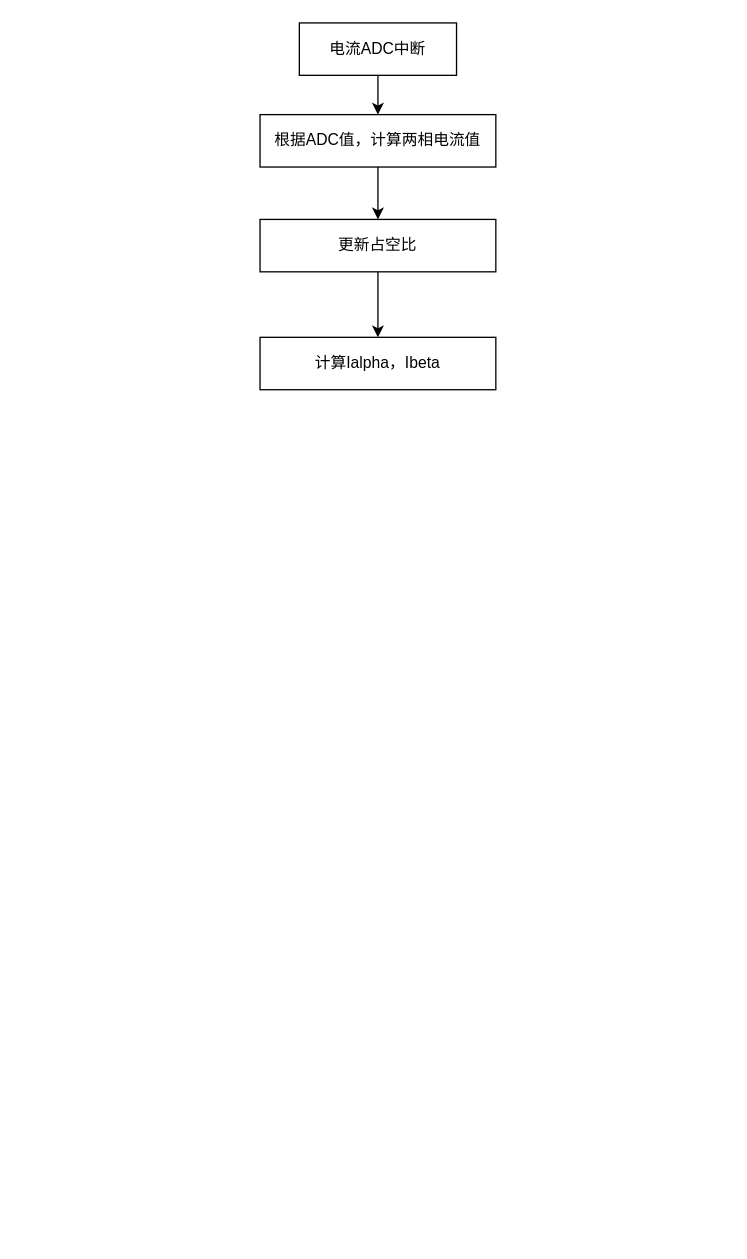
Before: 未命名绘图.drawio in lianglei001x-maker/demo, a draw.io diagram. Source tidied: cells renumbered, new cells numbered last; positions are measured from the earlier drawing's top-left corner, leaving out a move shared by most shapes. Both pictures are drawn from the tidied source at 131%, with x=0, y=0 at pixel (259, 22).
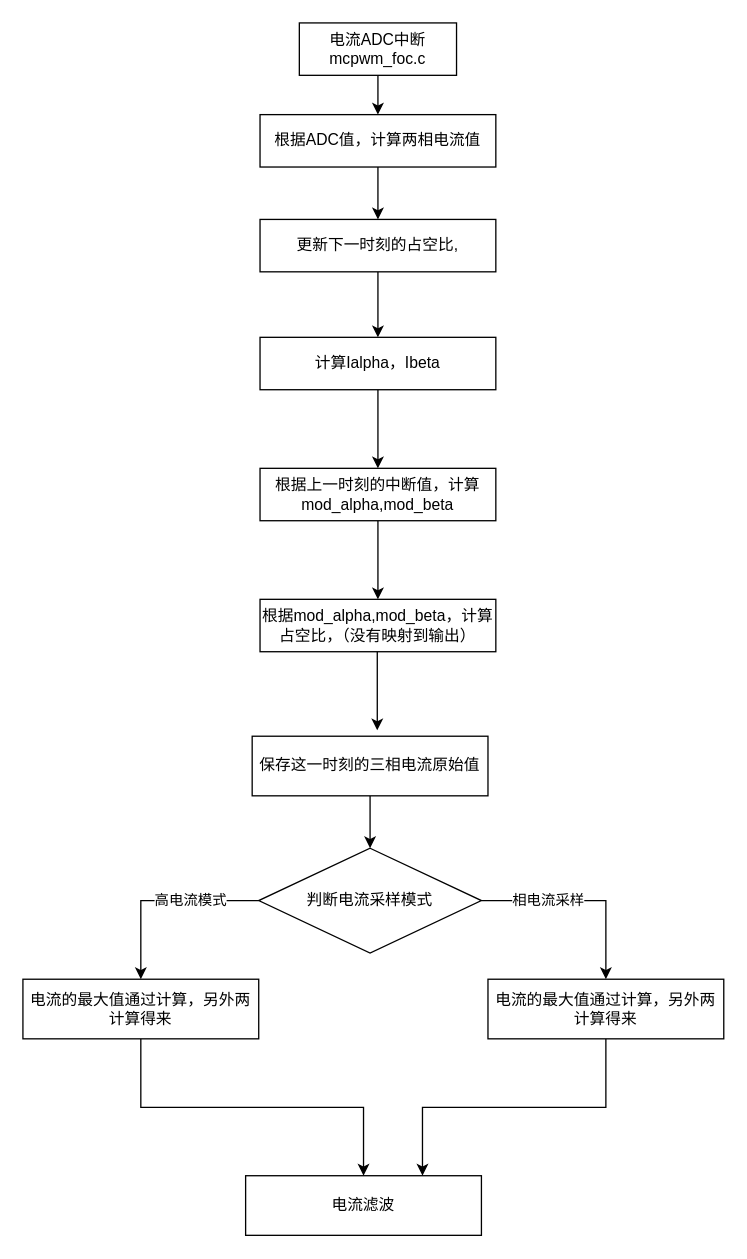
Above is the later version.

Commit message:
更新未命名绘图.drawio

Unchanged cells that the change refers to:
```xml
<mxCell id="8" value="计算Ialpha，Ibeta" style="rounded=0;whiteSpace=wrap;html=1;" parent="1" vertex="1">
  <mxGeometry y="240" width="180" height="40" as="geometry" />
</mxCell>
```

Change to the diagram source:
```diff
@@
-    <mxCell id="3" value="电流ADC中断" style="rounded=0;whiteSpace=wrap;html=1;" parent="1" vertex="1">
+    <mxCell id="3" value="电流ADC中断&lt;div&gt;mcpwm_foc.c&lt;/div&gt;" style="rounded=0;whiteSpace=wrap;html=1;" parent="1" vertex="1">
       <mxGeometry x="30" width="120" height="40" as="geometry" />
     </mxCell>
@@
-    <mxCell id="7" value="更新占空比" style="rounded=0;whiteSpace=wrap;html=1;" parent="1" vertex="1">
+    <mxCell id="7" value="更新下一时刻的占空比," style="rounded=0;whiteSpace=wrap;html=1;" parent="1" vertex="1">
       <mxGeometry y="150" width="180" height="40" as="geometry" />
     </mxCell>
+    <mxCell id="9" style="edgeStyle=orthogonalEdgeStyle;rounded=0;jettySize=auto;html=1;exitX=0.5;exitY=1;exitDx=0;exitDy=0;entryX=0.5;entryY=0;entryDx=0;entryDy=0;" parent="1" edge="1" source="8" target="11">
+      <mxGeometry relative="1" as="geometry" />
+    </mxCell>
@@
+    <mxCell id="10" style="edgeStyle=orthogonalEdgeStyle;rounded=0;jettySize=auto;html=1;exitX=0.5;exitY=1;exitDx=0;exitDy=0;" parent="1" edge="1" source="11" target="12">
+      <mxGeometry relative="1" as="geometry" />
+    </mxCell>
+    <mxCell id="11" value="根据上一时刻的中断值，计算mod_alpha,mod_beta" style="rounded=0;whiteSpace=wrap;html=1;" parent="1" vertex="1">
+      <mxGeometry y="340" width="180" height="40" as="geometry" />
+    </mxCell>
+    <mxCell id="12" value="根据mod_alpha,mod_beta，计算占空比，（没有映射到输出）" style="rounded=0;whiteSpace=wrap;html=1;" parent="1" vertex="1">
+      <mxGeometry y="440" width="180" height="40" as="geometry" />
+    </mxCell>
+    <mxCell id="13" style="edgeStyle=orthogonalEdgeStyle;rounded=0;orthogonalLoop=1;jettySize=auto;html=1;exitX=0.5;exitY=1;exitDx=0;exitDy=0;" parent="1" edge="1">
+      <mxGeometry relative="1" as="geometry">
+        <mxPoint x="89.5" y="480" as="sourcePoint" />
+        <mxPoint x="89.5" y="540" as="targetPoint" />
+      </mxGeometry>
+    </mxCell>
+    <mxCell id="14" style="edgeStyle=orthogonalEdgeStyle;rounded=0;jettySize=auto;html=1;exitX=0.5;exitY=1;exitDx=0;exitDy=0;entryX=0.5;entryY=0;entryDx=0;entryDy=0;" parent="1" edge="1" source="15" target="20">
+      <mxGeometry relative="1" as="geometry" />
+    </mxCell>
+    <mxCell id="15" value="保存这一时刻的三相电流原始值" style="rounded=0;whiteSpace=wrap;html=1;" parent="1" vertex="1">
+      <mxGeometry x="-6" y="544.5" width="180" height="45.5" as="geometry" />
+    </mxCell>
+    <mxCell id="16" style="edgeStyle=orthogonalEdgeStyle;rounded=0;jettySize=auto;html=1;exitX=1;exitY=0.5;exitDx=0;exitDy=0;entryX=0.5;entryY=0;entryDx=0;entryDy=0;" parent="1" edge="1" source="20" target="24">
+      <mxGeometry relative="1" as="geometry" />
+    </mxCell>
+    <mxCell id="17" value="相电流采样" style="edgeLabel;html=1;align=center;verticalAlign=middle;" parent="16" vertex="1">
+      <mxGeometry x="-0.36" y="1" relative="1" as="geometry" />
+    </mxCell>
+    <mxCell id="18" style="edgeStyle=orthogonalEdgeStyle;rounded=0;jettySize=auto;html=1;exitX=0;exitY=0.5;exitDx=0;exitDy=0;entryX=0.5;entryY=0;entryDx=0;entryDy=0;" parent="1" edge="1" source="20" target="22">
+      <mxGeometry relative="1" as="geometry" />
+    </mxCell>
+    <mxCell id="19" value="高电流模式" style="edgeLabel;html=1;align=center;verticalAlign=middle;" parent="18" vertex="1">
+      <mxGeometry x="-0.3" y="-1" relative="1" as="geometry" />
+    </mxCell>
+    <mxCell id="20" value="判断电流采样模式" style="rhombus;whiteSpace=wrap;html=1;" parent="1" vertex="1">
+      <mxGeometry x="-1" y="630" width="170" height="80" as="geometry" />
+    </mxCell>
+    <mxCell id="21" style="edgeStyle=orthogonalEdgeStyle;rounded=0;jettySize=auto;html=1;exitX=0.5;exitY=1;exitDx=0;exitDy=0;" parent="1" edge="1" source="22" target="25">
+      <mxGeometry relative="1" as="geometry" />
+    </mxCell>
+    <mxCell id="22" value="电流的最大值通过计算，另外两计算得来" style="rounded=0;whiteSpace=wrap;html=1;" parent="1" vertex="1">
+      <mxGeometry x="-181" y="730" width="180" height="45.5" as="geometry" />
+    </mxCell>
+    <mxCell id="23" style="edgeStyle=orthogonalEdgeStyle;rounded=0;jettySize=auto;html=1;exitX=0.5;exitY=1;exitDx=0;exitDy=0;entryX=0.75;entryY=0;entryDx=0;entryDy=0;" parent="1" edge="1" source="24" target="25">
+      <mxGeometry relative="1" as="geometry" />
+    </mxCell>
+    <mxCell id="24" value="电流的最大值通过计算，另外两计算得来" style="rounded=0;whiteSpace=wrap;html=1;" parent="1" vertex="1">
+      <mxGeometry x="174" y="730" width="180" height="45.5" as="geometry" />
+    </mxCell>
+    <mxCell id="25" value="电流滤波" style="rounded=0;whiteSpace=wrap;html=1;" parent="1" vertex="1">
+      <mxGeometry x="-11" y="880" width="180" height="45.5" as="geometry" />
+    </mxCell>
```
